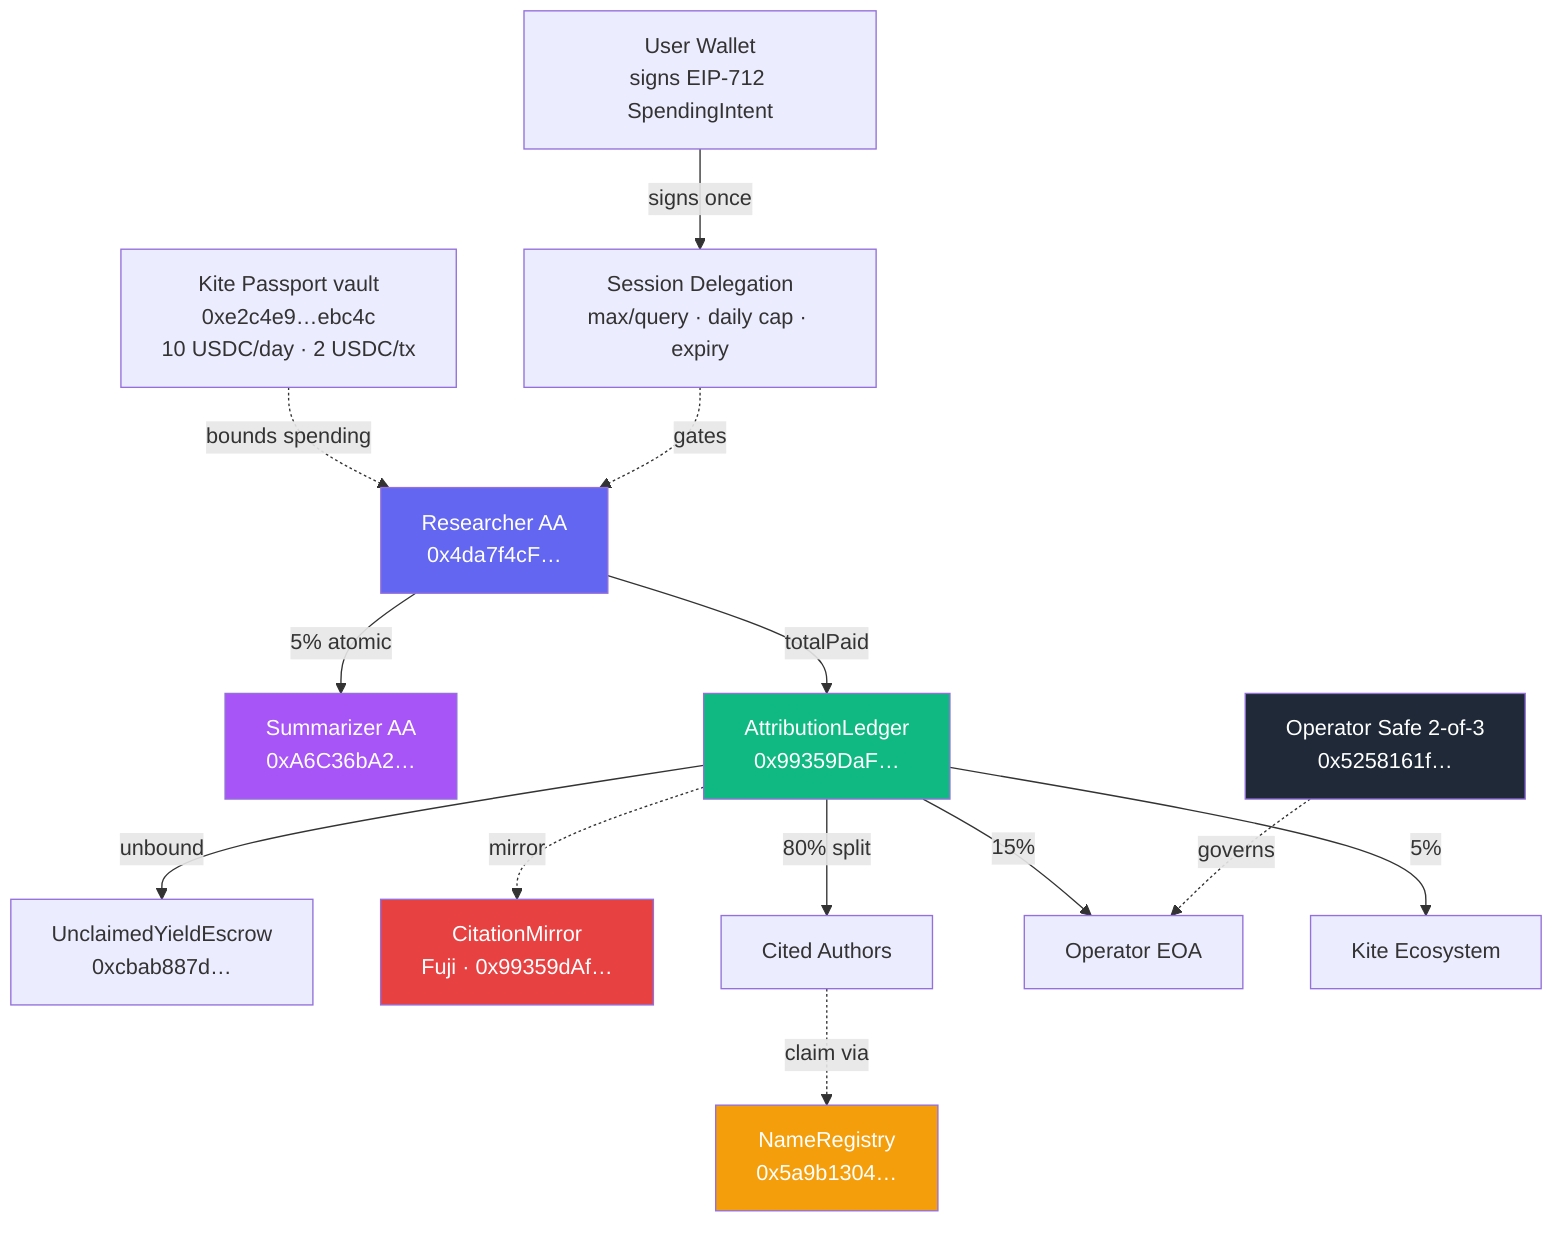
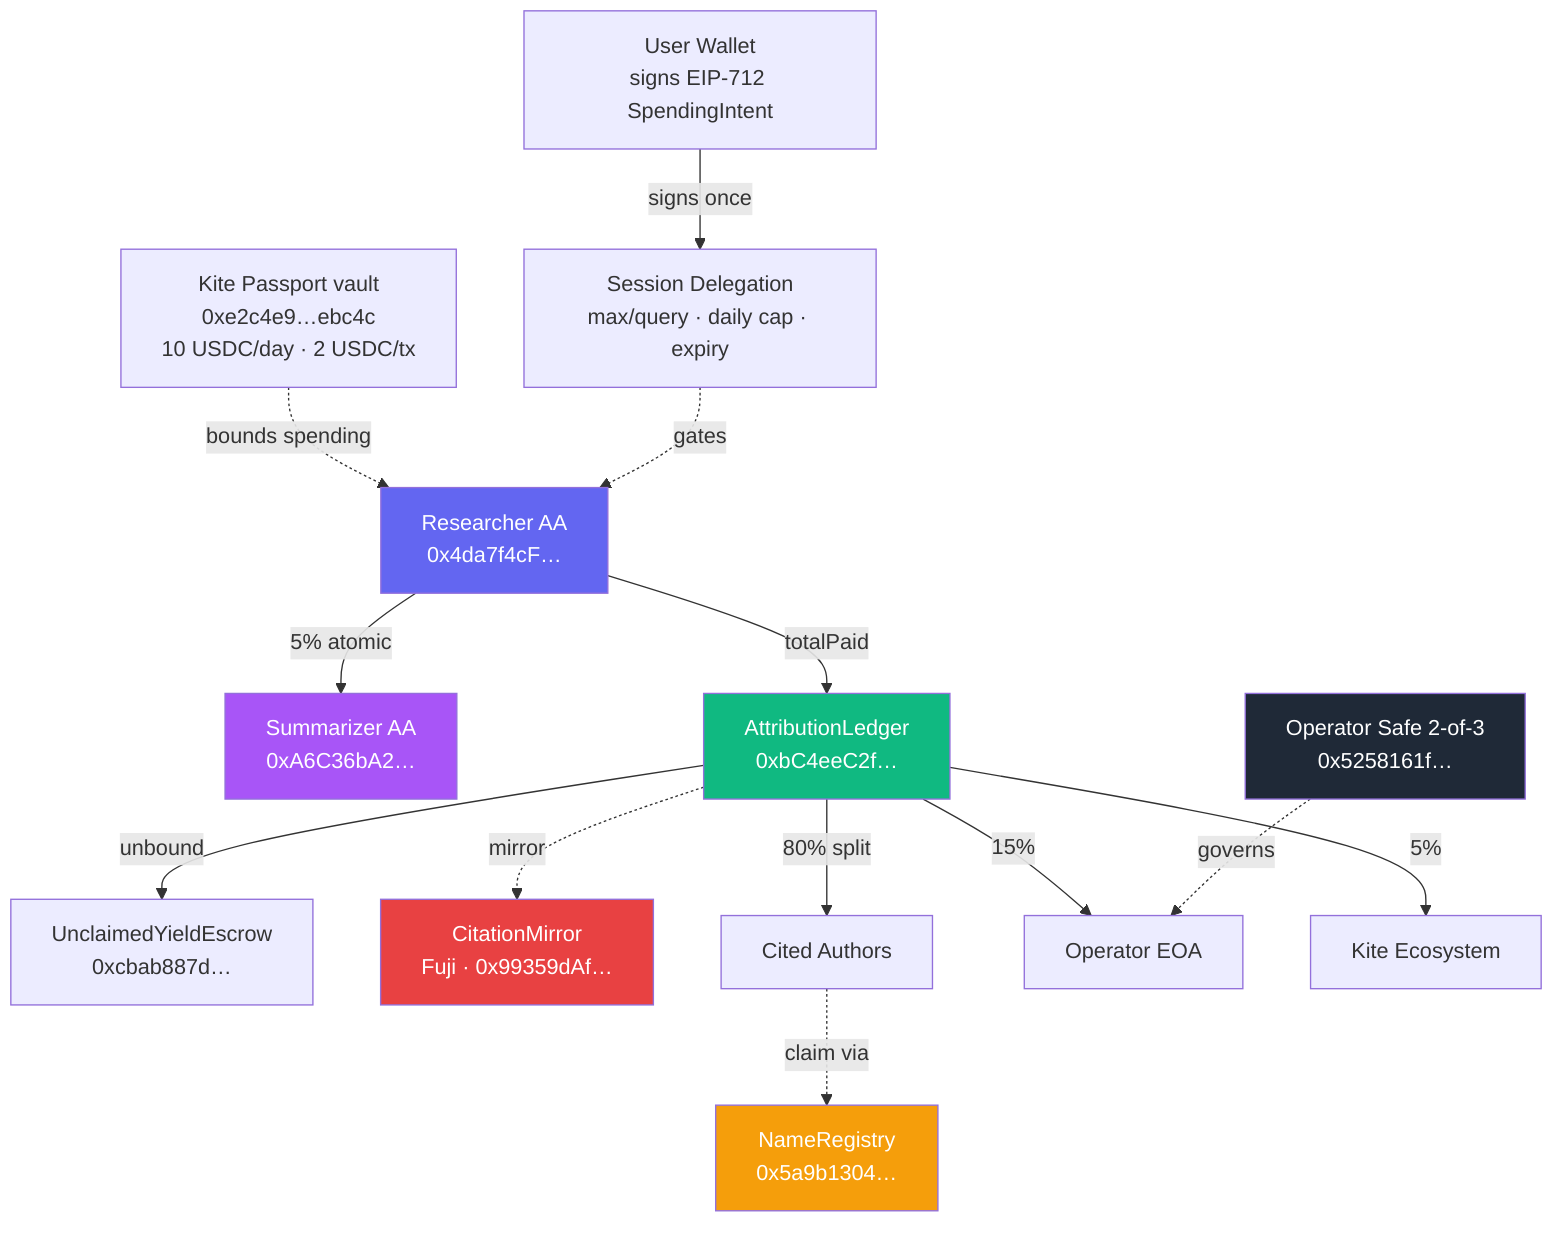
flowchart TB
    User[User Wallet<br/>signs EIP-712 SpendingIntent]
    Passport[Session Delegation<br/>max/query · daily cap · expiry]
    KitePass[Kite Passport vault<br/>0xe2c4e9…ebc4c<br/>10 USDC/day · 2 USDC/tx]
    Researcher[Researcher AA<br/>0x4da7f4cF…]
    Summarizer[Summarizer AA<br/>0xA6C36bA2…]
-     Ledger[AttributionLedger<br/>0x99359DaF…]
+     Ledger[AttributionLedger<br/>0xbC4eeC2f…]
    NameReg[NameRegistry<br/>0x5a9b1304…]
    Escrow[UnclaimedYieldEscrow<br/>0xcbab887d…]
    Mirror[CitationMirror<br/>Fuji · 0x99359dAf…]
    Safe[Operator Safe 2-of-3<br/>0x5258161f…]

    User --signs once--> Passport
    KitePass -.bounds spending.-> Researcher
    Passport -.gates.-> Researcher
    Researcher --5% atomic--> Summarizer
    Researcher --totalPaid--> Ledger
    Ledger --80% split--> Authors[Cited Authors]
    Ledger --15%--> Operator[Operator EOA]
    Ledger --5%--> Eco[Kite Ecosystem]
    Authors -.claim via.-> NameReg
    Ledger --unbound--> Escrow
    Ledger -.mirror.-> Mirror
    Safe -.governs.-> Operator

    style Researcher fill:#6366f1,color:#fff
    style Summarizer fill:#a855f7,color:#fff
    style Ledger fill:#10b981,color:#fff
    style NameReg fill:#f59e0b,color:#fff
    style Mirror fill:#e84142,color:#fff
    style Safe fill:#1f2937,color:#fff
